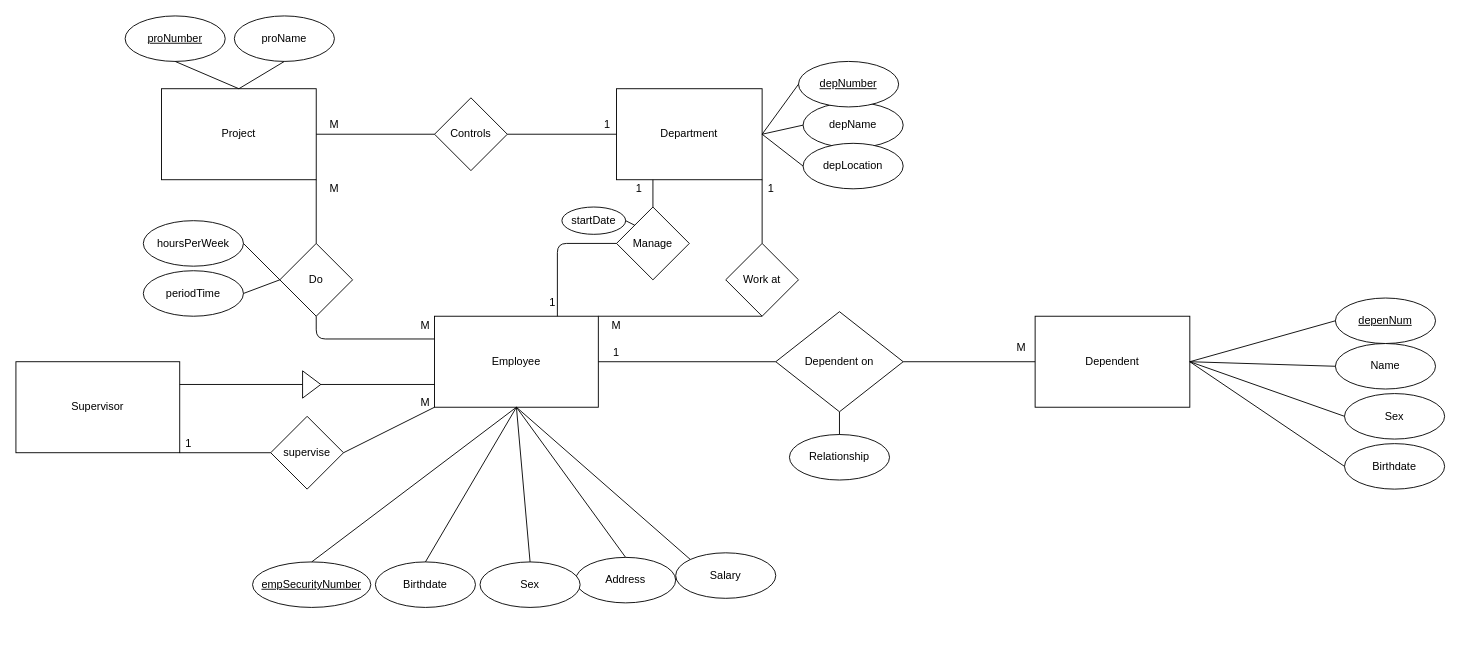
This is Exerise5.drawio from ngntanloc/math-util-live, a draw.io file, before an edit. Source tidied: cells renumbered, new cells numbered last; positions are measured from the earlier drawing's top-left corner, leaving out a move shared by most shapes. Both pictures are drawn from the tidied source at 91%, with x=0, y=0 at pixel (15, 15).
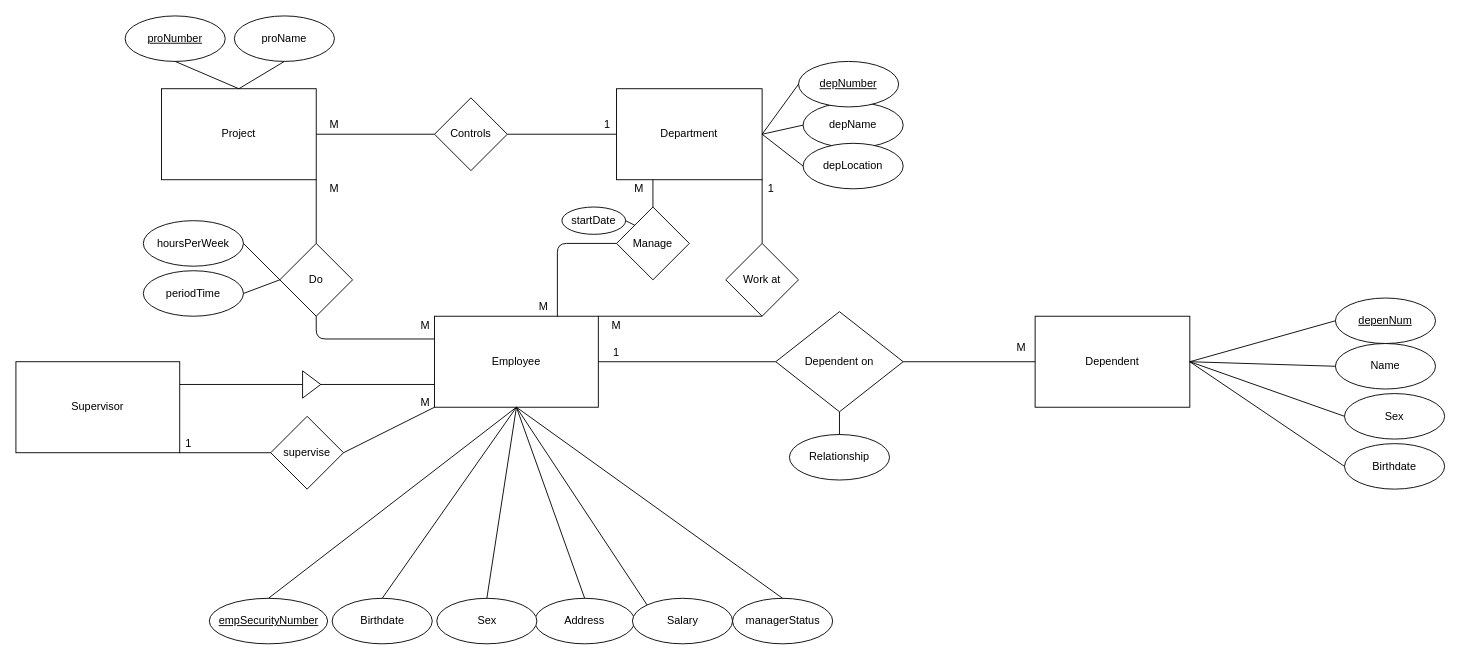
The same page after the edit.

Unchanged cells that the change refers to:
```xml
<mxCell id="10" value="Employee&lt;br&gt;" style="rounded=0;whiteSpace=wrap;html=1;" parent="1" vertex="1">
  <mxGeometry x="460" y="330" width="180" height="100" as="geometry" />
</mxCell>
```

Change to the diagram source:
```diff
@@
     <mxCell id="11" value="&lt;u&gt;empSecurityNumber&lt;/u&gt;" style="ellipse;whiteSpace=wrap;html=1;" parent="1" vertex="1">
-      <mxGeometry x="260" y="600" width="130" height="50" as="geometry" />
+      <mxGeometry x="212.5" y="640" width="130" height="50" as="geometry" />
     </mxCell>
@@
     <mxCell id="13" value="Address&lt;br&gt;" style="ellipse;whiteSpace=wrap;html=1;" parent="1" vertex="1">
-      <mxGeometry x="615" y="595" width="110" height="50" as="geometry" />
+      <mxGeometry x="570" y="640" width="110" height="50" as="geometry" />
     </mxCell>
     <mxCell id="14" value="Salary&lt;br&gt;" style="ellipse;whiteSpace=wrap;html=1;" parent="1" vertex="1">
-      <mxGeometry x="725" y="590" width="110" height="50" as="geometry" />
+      <mxGeometry x="677.5" y="640" width="110" height="50" as="geometry" />
     </mxCell>
     <mxCell id="15" value="Sex" style="ellipse;whiteSpace=wrap;html=1;" parent="1" vertex="1">
-      <mxGeometry x="510" y="600" width="110" height="50" as="geometry" />
+      <mxGeometry x="462.5" y="640" width="110" height="50" as="geometry" />
     </mxCell>
     <mxCell id="16" value="Birthdate&lt;br&gt;" style="ellipse;whiteSpace=wrap;html=1;" parent="1" vertex="1">
-      <mxGeometry x="395" y="600" width="110" height="50" as="geometry" />
+      <mxGeometry x="347.5" y="640" width="110" height="50" as="geometry" />
     </mxCell>
@@
-    <mxCell id="66" value="1" style="text;html=1;strokeColor=none;fillColor=none;align=center;verticalAlign=middle;whiteSpace=wrap;rounded=0;" parent="1" vertex="1">
-      <mxGeometry x="570" y="305" width="40" height="20" as="geometry" />
+    <mxCell id="66" value="M" style="text;html=1;strokeColor=none;fillColor=none;align=center;verticalAlign=middle;whiteSpace=wrap;rounded=0;" parent="1" vertex="1">
+      <mxGeometry x="560" y="310" width="40" height="20" as="geometry" />
     </mxCell>
@@
-    <mxCell id="69" value="1" style="text;html=1;strokeColor=none;fillColor=none;align=center;verticalAlign=middle;whiteSpace=wrap;rounded=0;" parent="1" vertex="1">
+    <mxCell id="69" value="M" style="text;html=1;strokeColor=none;fillColor=none;align=center;verticalAlign=middle;whiteSpace=wrap;rounded=0;" parent="1" vertex="1">
       <mxGeometry x="670" y="180" width="30" height="20" as="geometry" />
     </mxCell>
@@
+    <mxCell id="76" value="managerStatus" style="ellipse;whiteSpace=wrap;html=1;" parent="1" vertex="1">
+      <mxGeometry x="787.5" y="640" width="110" height="50" as="geometry" />
+    </mxCell>
+    <mxCell id="77" style="endArrow=none;html=1;exitX=0.5;exitY=0;exitDx=0;exitDy=0;entryX=0.5;entryY=1;entryDx=0;entryDy=0;" parent="1" edge="1" source="76" target="10">
+      <mxGeometry relative="1" as="geometry" />
+    </mxCell>
```
